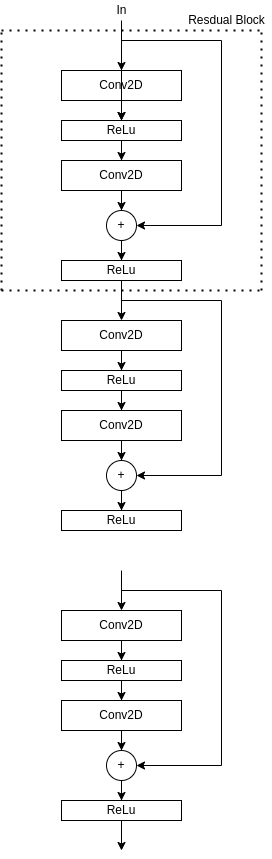
This is assets/images/cnn-models/resnet-stack-of-residual-block.drawio.png from ronen-halevy/ronen-halevy.github.io, a draw.io export, as it was before one commit. Source tidied: cells renumbered, new cells last; positions are measured from the earlier drawing's top-left corner, leaving out a move shared by most shapes. The source it was exported from:
```xml
<mxGraphModel>
  <root>
    <mxCell id="0" />
    <mxCell id="1" parent="0" />
    <mxCell id="2" style="edgeStyle=orthogonalEdgeStyle;rounded=0;jettySize=auto;html=1;" parent="1" edge="1" source="3" target="5">
      <mxGeometry relative="1" as="geometry" />
    </mxCell>
    <mxCell id="3" value="Conv2D" style="rounded=0;whiteSpace=wrap;html=1;" parent="1" vertex="1">
      <mxGeometry x="60" y="70" width="120" height="30" as="geometry" />
    </mxCell>
    <mxCell id="4" style="edgeStyle=orthogonalEdgeStyle;rounded=0;jettySize=auto;html=1;" parent="1" edge="1" source="5" target="8">
      <mxGeometry relative="1" as="geometry" />
    </mxCell>
    <mxCell id="5" value="ReLu" style="rounded=0;whiteSpace=wrap;html=1;" parent="1" vertex="1">
      <mxGeometry x="60" y="120" width="120" height="20" as="geometry" />
    </mxCell>
    <mxCell id="6" style="endArrow=classic;html=1;rounded=0;entryX=0.5;entryY=0;entryDx=0;entryDy=0;" parent="1" edge="1" target="3">
      <mxGeometry relative="1" as="geometry">
        <mxPoint x="120" y="30" as="sourcePoint" />
      </mxGeometry>
    </mxCell>
    <mxCell id="7" style="edgeStyle=orthogonalEdgeStyle;rounded=0;jettySize=auto;html=1;" parent="1" edge="1" source="8" target="11">
      <mxGeometry relative="1" as="geometry" />
    </mxCell>
    <mxCell id="8" value="Conv2D" style="rounded=0;whiteSpace=wrap;html=1;" parent="1" vertex="1">
      <mxGeometry x="60" y="160" width="120" height="30" as="geometry" />
    </mxCell>
    <mxCell id="9" value="ReLu" style="rounded=0;whiteSpace=wrap;html=1;" parent="1" vertex="1">
      <mxGeometry x="60" y="260" width="120" height="20" as="geometry" />
    </mxCell>
    <mxCell id="10" style="edgeStyle=orthogonalEdgeStyle;rounded=0;jettySize=auto;html=1;" parent="1" edge="1" source="11" target="9">
      <mxGeometry relative="1" as="geometry" />
    </mxCell>
    <mxCell id="11" value="+" style="ellipse;whiteSpace=wrap;html=1;" parent="1" vertex="1">
      <mxGeometry x="105" y="210" width="30" height="30" as="geometry" />
    </mxCell>
    <mxCell id="12" style="endArrow=classic;html=1;rounded=0;entryX=1;entryY=0.5;entryDx=0;entryDy=0;" parent="1" edge="1" target="11">
      <mxGeometry relative="1" as="geometry">
        <mxPoint x="120" y="40" as="sourcePoint" />
        <Array as="points">
          <mxPoint x="220" y="40" />
          <mxPoint x="220" y="225" />
        </Array>
      </mxGeometry>
    </mxCell>
    <mxCell id="13" style="edgeStyle=orthogonalEdgeStyle;rounded=0;jettySize=auto;html=1;" parent="1" edge="1" source="14" target="5">
      <mxGeometry relative="1" as="geometry" />
    </mxCell>
    <mxCell id="14" value="In" style="text;html=1;align=center;verticalAlign=middle;points=[];strokeColor=none;fillColor=none;" parent="1" vertex="1">
      <mxGeometry x="105" width="30" height="20" as="geometry" />
    </mxCell>
    <mxCell id="15" style="edgeStyle=orthogonalEdgeStyle;rounded=0;jettySize=auto;html=1;" parent="1" edge="1" source="16" target="18">
      <mxGeometry relative="1" as="geometry" />
    </mxCell>
    <mxCell id="16" value="Conv2D" style="rounded=0;whiteSpace=wrap;html=1;" parent="1" vertex="1">
      <mxGeometry x="60" y="320" width="120" height="30" as="geometry" />
    </mxCell>
    <mxCell id="17" style="edgeStyle=orthogonalEdgeStyle;rounded=0;jettySize=auto;html=1;" parent="1" edge="1" source="18" target="21">
      <mxGeometry relative="1" as="geometry" />
    </mxCell>
    <mxCell id="18" value="ReLu" style="rounded=0;whiteSpace=wrap;html=1;" parent="1" vertex="1">
      <mxGeometry x="60" y="370" width="120" height="20" as="geometry" />
    </mxCell>
    <mxCell id="19" style="endArrow=classic;html=1;rounded=0;entryX=0.5;entryY=0;entryDx=0;entryDy=0;" parent="1" edge="1" target="16">
      <mxGeometry relative="1" as="geometry">
        <mxPoint x="120" y="280" as="sourcePoint" />
      </mxGeometry>
    </mxCell>
    <mxCell id="20" style="edgeStyle=orthogonalEdgeStyle;rounded=0;jettySize=auto;html=1;" parent="1" edge="1" source="21" target="24">
      <mxGeometry relative="1" as="geometry" />
    </mxCell>
    <mxCell id="21" value="Conv2D" style="rounded=0;whiteSpace=wrap;html=1;" parent="1" vertex="1">
      <mxGeometry x="60" y="410" width="120" height="30" as="geometry" />
    </mxCell>
    <mxCell id="22" value="ReLu" style="rounded=0;whiteSpace=wrap;html=1;" parent="1" vertex="1">
      <mxGeometry x="60" y="510" width="120" height="20" as="geometry" />
    </mxCell>
    <mxCell id="23" style="edgeStyle=orthogonalEdgeStyle;rounded=0;jettySize=auto;html=1;" parent="1" edge="1" source="24" target="22">
      <mxGeometry relative="1" as="geometry" />
    </mxCell>
    <mxCell id="24" value="+" style="ellipse;whiteSpace=wrap;html=1;" parent="1" vertex="1">
      <mxGeometry x="105" y="460" width="30" height="30" as="geometry" />
    </mxCell>
    <mxCell id="25" style="endArrow=classic;html=1;rounded=0;entryX=1;entryY=0.5;entryDx=0;entryDy=0;" parent="1" edge="1" target="24">
      <mxGeometry relative="1" as="geometry">
        <mxPoint x="120" y="300" as="sourcePoint" />
        <Array as="points">
          <mxPoint x="220" y="300" />
          <mxPoint x="220" y="475" />
        </Array>
      </mxGeometry>
    </mxCell>
    <mxCell id="26" style="edgeStyle=orthogonalEdgeStyle;rounded=0;jettySize=auto;html=1;" parent="1" edge="1" source="27" target="29">
      <mxGeometry relative="1" as="geometry" />
    </mxCell>
    <mxCell id="27" value="Conv2D" style="rounded=0;whiteSpace=wrap;html=1;" parent="1" vertex="1">
      <mxGeometry x="60" y="610" width="120" height="30" as="geometry" />
    </mxCell>
    <mxCell id="28" style="edgeStyle=orthogonalEdgeStyle;rounded=0;jettySize=auto;html=1;" parent="1" edge="1" source="29" target="32">
      <mxGeometry relative="1" as="geometry" />
    </mxCell>
    <mxCell id="29" value="ReLu" style="rounded=0;whiteSpace=wrap;html=1;" parent="1" vertex="1">
      <mxGeometry x="60" y="660" width="120" height="20" as="geometry" />
    </mxCell>
    <mxCell id="30" style="endArrow=classic;html=1;rounded=0;entryX=0.5;entryY=0;entryDx=0;entryDy=0;" parent="1" edge="1" target="27">
      <mxGeometry relative="1" as="geometry">
        <mxPoint x="120" y="570" as="sourcePoint" />
      </mxGeometry>
    </mxCell>
    <mxCell id="31" style="edgeStyle=orthogonalEdgeStyle;rounded=0;jettySize=auto;html=1;" parent="1" edge="1" source="32" target="35">
      <mxGeometry relative="1" as="geometry" />
    </mxCell>
    <mxCell id="32" value="Conv2D" style="rounded=0;whiteSpace=wrap;html=1;" parent="1" vertex="1">
      <mxGeometry x="60" y="700" width="120" height="30" as="geometry" />
    </mxCell>
    <mxCell id="33" value="ReLu" style="rounded=0;whiteSpace=wrap;html=1;" parent="1" vertex="1">
      <mxGeometry x="60" y="800" width="120" height="20" as="geometry" />
    </mxCell>
    <mxCell id="34" style="edgeStyle=orthogonalEdgeStyle;rounded=0;jettySize=auto;html=1;" parent="1" edge="1" source="35" target="33">
      <mxGeometry relative="1" as="geometry" />
    </mxCell>
    <mxCell id="35" value="+" style="ellipse;whiteSpace=wrap;html=1;" parent="1" vertex="1">
      <mxGeometry x="105" y="750" width="30" height="30" as="geometry" />
    </mxCell>
    <mxCell id="36" style="endArrow=classic;html=1;rounded=0;entryX=1;entryY=0.5;entryDx=0;entryDy=0;" parent="1" edge="1" target="35">
      <mxGeometry relative="1" as="geometry">
        <mxPoint x="120" y="590" as="sourcePoint" />
        <Array as="points">
          <mxPoint x="220" y="590" />
          <mxPoint x="220" y="765" />
        </Array>
      </mxGeometry>
    </mxCell>
    <mxCell id="37" style="endArrow=classic;html=1;rounded=0;exitX=0.5;exitY=1;exitDx=0;exitDy=0;" parent="1" edge="1" source="33">
      <mxGeometry relative="1" as="geometry">
        <mxPoint x="120" y="850" as="targetPoint" />
      </mxGeometry>
    </mxCell>
    <mxCell id="38" style="endArrow=none;dashed=1;html=1;dashPattern=1 3;strokeWidth=2;rounded=0;" parent="1" edge="1">
      <mxGeometry relative="1" as="geometry">
        <mxPoint y="290" as="sourcePoint" />
        <mxPoint x="260" y="290" as="targetPoint" />
      </mxGeometry>
    </mxCell>
    <mxCell id="39" style="endArrow=none;dashed=1;html=1;dashPattern=1 3;strokeWidth=2;rounded=0;" parent="1" edge="1">
      <mxGeometry relative="1" as="geometry">
        <mxPoint y="290" as="sourcePoint" />
        <mxPoint y="30" as="targetPoint" />
      </mxGeometry>
    </mxCell>
    <mxCell id="40" style="endArrow=none;dashed=1;html=1;dashPattern=1 3;strokeWidth=2;rounded=0;" parent="1" edge="1">
      <mxGeometry relative="1" as="geometry">
        <mxPoint y="30" as="sourcePoint" />
        <mxPoint x="260" y="30" as="targetPoint" />
      </mxGeometry>
    </mxCell>
    <mxCell id="41" style="endArrow=none;dashed=1;html=1;dashPattern=1 3;strokeWidth=2;rounded=0;" parent="1" edge="1">
      <mxGeometry relative="1" as="geometry">
        <mxPoint x="260" y="290" as="sourcePoint" />
        <mxPoint x="260" y="30" as="targetPoint" />
      </mxGeometry>
    </mxCell>
    <mxCell id="42" value="Resdual Block" style="text;html=1;align=center;verticalAlign=middle;strokeColor=none;fillColor=none;" parent="1" vertex="1">
      <mxGeometry x="180" y="10" width="90" height="20" as="geometry" />
    </mxCell>
  </root>
</mxGraphModel>
```
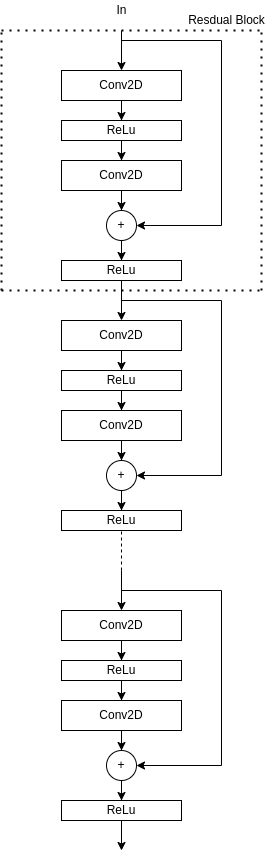
The same diagram one commit later.

Change to the diagram source:
```diff
@@ -43,9 +43,6 @@
         </Array>
       </mxGeometry>
     </mxCell>
-    <mxCell id="13" style="edgeStyle=orthogonalEdgeStyle;rounded=0;jettySize=auto;html=1;" parent="1" edge="1" source="14" target="5">
-      <mxGeometry relative="1" as="geometry" />
-    </mxCell>
     <mxCell id="14" value="In" style="text;html=1;align=center;verticalAlign=middle;points=[];strokeColor=none;fillColor=none;" parent="1" vertex="1">
       <mxGeometry x="105" width="30" height="20" as="geometry" />
     </mxCell>
@@ -163,5 +160,10 @@
     <mxCell id="42" value="Resdual Block" style="text;html=1;align=center;verticalAlign=middle;strokeColor=none;fillColor=none;" parent="1" vertex="1">
       <mxGeometry x="180" y="10" width="90" height="20" as="geometry" />
     </mxCell>
+    <mxCell id="43" style="endArrow=none;dashed=1;html=1;rounded=0;entryX=0.5;entryY=1;entryDx=0;entryDy=0;" parent="1" edge="1" target="22">
+      <mxGeometry relative="1" as="geometry">
+        <mxPoint x="120" y="570" as="sourcePoint" />
+      </mxGeometry>
+    </mxCell>
   </root>
 </mxGraphModel>
```
